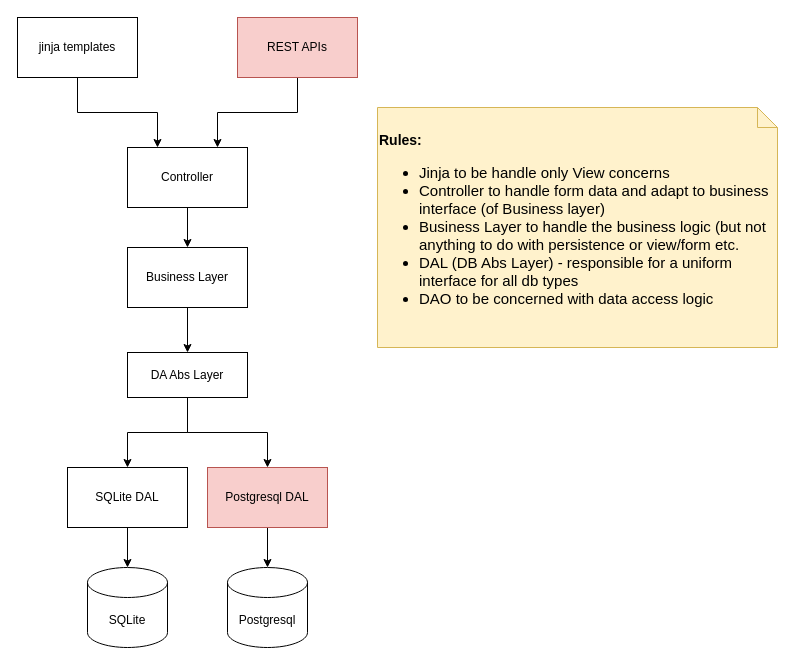
This is design/xman-design.drawio from ramkj/xman, a draw.io file, before an edit. Source tidied: cells renumbered, new cells numbered last; positions are measured from the earlier drawing's top-left corner, leaving out a move shared by most shapes. Both pictures are drawn from the tidied source at 100%, with x=0, y=0 at pixel (17, 17).
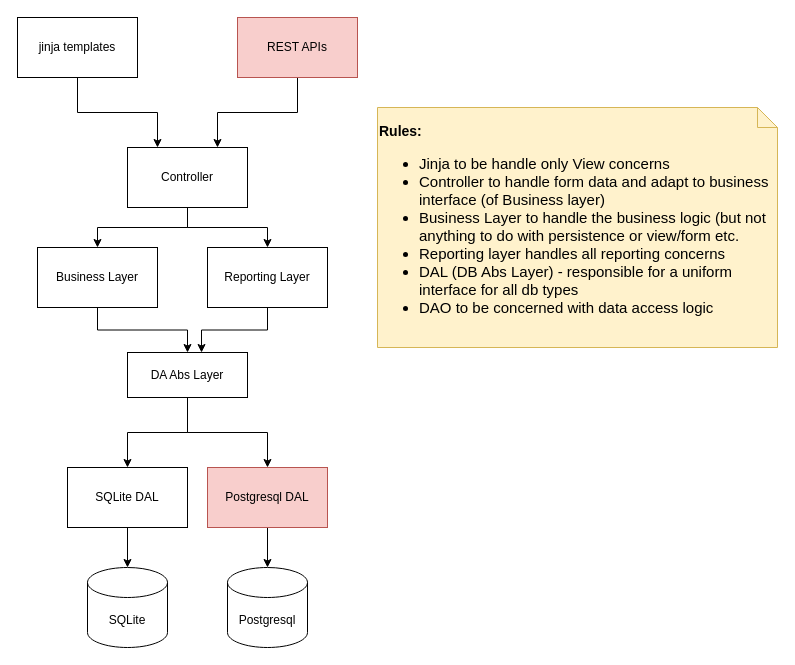
The same page after the edit.

The change refers to these unchanged cells:
```xml
<mxCell id="5" value="Controller" style="rounded=0;whiteSpace=wrap;html=1;" parent="1" vertex="1">
  <mxGeometry x="110" y="130" width="120" height="60" as="geometry" />
</mxCell>
<mxCell id="18" value="DA Abs Layer" style="rounded=0;whiteSpace=wrap;html=1;fontSize=12;" parent="1" vertex="1">
  <mxGeometry x="110" y="335" width="120" height="45" as="geometry" />
</mxCell>
```

Diff of the diagram source:
```diff
@@
+    <mxCell id="20" style="edgeStyle=orthogonalEdgeStyle;rounded=0;jettySize=auto;html=1;exitX=0.5;exitY=1;exitDx=0;exitDy=0;entryX=0.5;entryY=0;entryDx=0;entryDy=0;fontColor=#000000;" parent="1" edge="1" source="5" target="22">
+      <mxGeometry relative="1" as="geometry" />
+    </mxCell>
@@
     <mxCell id="9" value="Business Layer" style="rounded=0;whiteSpace=wrap;html=1;" parent="1" vertex="1">
-      <mxGeometry x="110" y="230" width="120" height="60" as="geometry" />
+      <mxGeometry x="20" y="230" width="120" height="60" as="geometry" />
     </mxCell>
@@
-    <mxCell id="16" value="&lt;div&gt;&lt;b&gt;&lt;font style=&quot;font-size: 14px&quot;&gt;Rules:&lt;/font&gt;&lt;/b&gt;&amp;nbsp;&lt;/div&gt;&lt;div style=&quot;font-size: 15px&quot;&gt;&lt;ul&gt;&lt;li&gt;&lt;span&gt;&lt;font style=&quot;font-size: 15px&quot;&gt;Jinja to be handle only View concerns&lt;/font&gt;&lt;/span&gt;&lt;/li&gt;&lt;li&gt;&lt;span&gt;&lt;font style=&quot;font-size: 15px&quot;&gt;Controller to handle form data and adapt to business interface (of Business layer)&lt;/font&gt;&lt;/span&gt;&lt;/li&gt;&lt;li&gt;&lt;span&gt;&lt;font style=&quot;font-size: 15px&quot;&gt;Business Layer to handle the business logic (but not anything to do with persistence or view/form etc.&lt;/font&gt;&lt;/span&gt;&lt;/li&gt;&lt;li&gt;DAL (DB Abs Layer) - responsible for a uniform interface for all db types&lt;/li&gt;&lt;li&gt;&lt;span&gt;&lt;font style=&quot;font-size: 15px&quot;&gt;DAO to be concerned with data access logic&lt;/font&gt;&lt;/span&gt;&lt;/li&gt;&lt;/ul&gt;&lt;/div&gt;" style="shape=note;size=20;whiteSpace=wrap;html=1;align=left;fillColor=#fff2cc;strokeColor=#d6b656;" parent="1" vertex="1">
+    <mxCell id="16" value="&lt;div&gt;&lt;b&gt;&lt;font style=&quot;font-size: 14px&quot;&gt;Rules:&lt;/font&gt;&lt;/b&gt;&amp;nbsp;&lt;/div&gt;&lt;div style=&quot;font-size: 15px&quot;&gt;&lt;ul&gt;&lt;li&gt;&lt;span&gt;&lt;font style=&quot;font-size: 15px&quot;&gt;Jinja to be handle only View concerns&lt;/font&gt;&lt;/span&gt;&lt;/li&gt;&lt;li&gt;&lt;span&gt;&lt;font style=&quot;font-size: 15px&quot;&gt;Controller to handle form data and adapt to business interface (of Business layer)&lt;/font&gt;&lt;/span&gt;&lt;/li&gt;&lt;li&gt;&lt;span&gt;&lt;font style=&quot;font-size: 15px&quot;&gt;Business Layer to handle the business logic (but not anything to do with persistence or view/form etc.&lt;/font&gt;&lt;/span&gt;&lt;/li&gt;&lt;li&gt;Reporting layer handles all reporting concerns&lt;/li&gt;&lt;li&gt;DAL (DB Abs Layer) - responsible for a uniform interface for all db types&lt;/li&gt;&lt;li&gt;&lt;span&gt;&lt;font style=&quot;font-size: 15px&quot;&gt;DAO to be concerned with data access logic&lt;/font&gt;&lt;/span&gt;&lt;/li&gt;&lt;/ul&gt;&lt;/div&gt;" style="shape=note;size=20;whiteSpace=wrap;html=1;align=left;fillColor=#fff2cc;strokeColor=#d6b656;" parent="1" vertex="1">
       <mxGeometry x="360" y="90" width="400" height="240" as="geometry" />
     </mxCell>
@@
+    <mxCell id="21" style="edgeStyle=orthogonalEdgeStyle;rounded=0;jettySize=auto;html=1;entryX=0.617;entryY=0;entryDx=0;entryDy=0;entryPerimeter=0;fontColor=#000000;" parent="1" edge="1" source="22" target="18">
+      <mxGeometry relative="1" as="geometry" />
+    </mxCell>
+    <mxCell id="22" value="Reporting Layer" style="rounded=0;whiteSpace=wrap;html=1;" parent="1" vertex="1">
+      <mxGeometry x="190" y="230" width="120" height="60" as="geometry" />
+    </mxCell>
```
